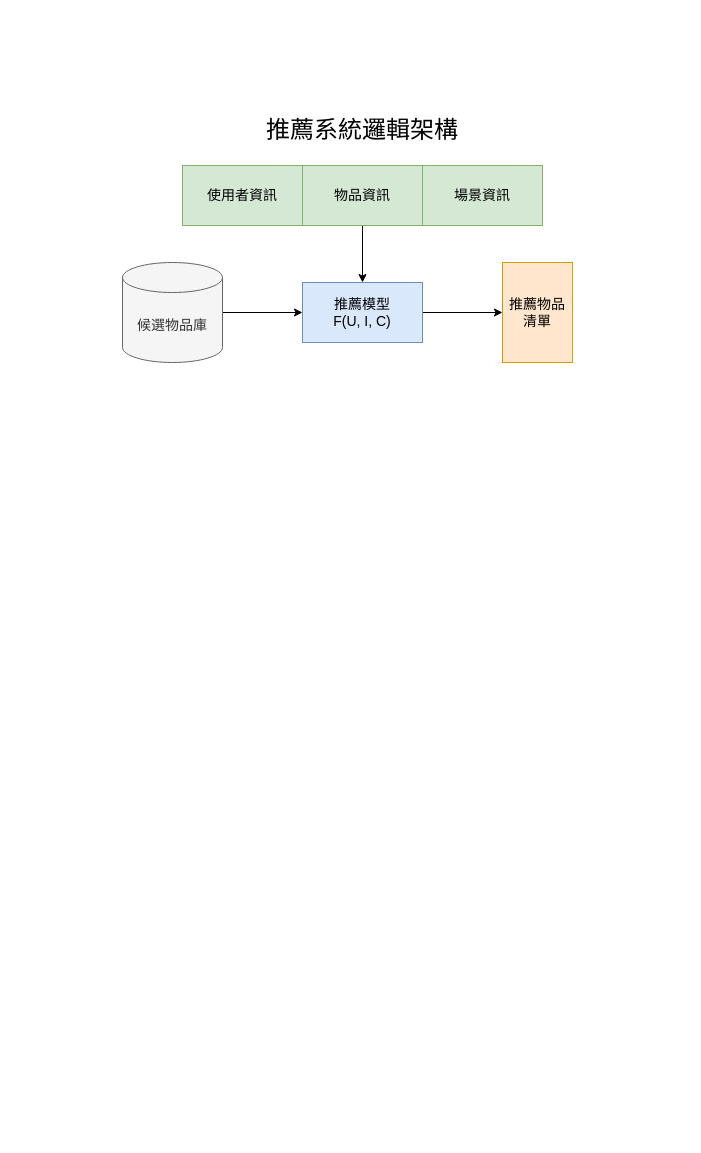
This is 推薦系統邏輯架構.drawio from EricTsai83/drawio, a draw.io file, before an edit. Source tidied: cells renumbered, new cells numbered last; positions are measured from the earlier drawing's top-left corner, leaving out a move shared by most shapes. Both pictures are drawn from the tidied source at 100%, with x=0, y=0 at pixel (122, 115).
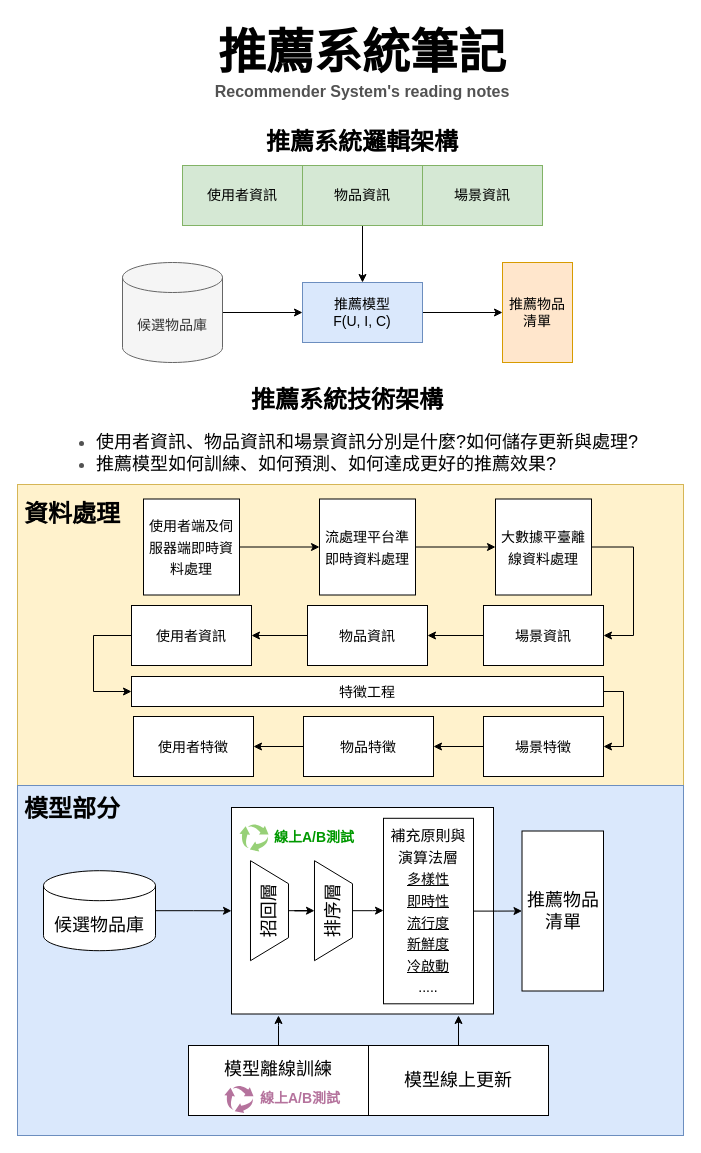
After the change.

Commit message (it also covers changes not shown here):
更新推薦系統邏輯架構.drawio

The edit, as a diff of the source:
```diff
@@
-    <mxCell id="11" value="&lt;font style=&quot;font-size: 24px&quot;&gt;推薦系統邏輯架構&lt;/font&gt;" style="text;html=1;strokeColor=none;fillColor=none;align=center;verticalAlign=middle;whiteSpace=wrap;rounded=0;" parent="1" vertex="1">
-      <mxGeometry x="135" width="210" height="30" as="geometry" />
+    <mxCell id="11" value="&lt;font style=&quot;font-size: 24px&quot;&gt;&lt;b&gt;推薦系統邏輯架構&lt;/b&gt;&lt;/font&gt;" style="text;html=1;strokeColor=none;fillColor=none;align=center;verticalAlign=middle;whiteSpace=wrap;rounded=0;" parent="1" vertex="1">
+      <mxGeometry x="135" y="12" width="210" height="30" as="geometry" />
     </mxCell>
+    <mxCell id="12" value="&lt;font&gt;&lt;b&gt;&lt;span style=&quot;font-size: 48px&quot;&gt;推薦系統筆記&lt;/span&gt;&lt;br&gt;&lt;font color=&quot;#525252&quot;&gt;&lt;font size=&quot;3&quot;&gt;Recommender System's&amp;nbsp;&lt;/font&gt;&lt;span style=&quot;font-size: medium&quot;&gt;reading notes&lt;/span&gt;&lt;/font&gt;&lt;/b&gt;&lt;font size=&quot;3&quot;&gt;&lt;br&gt;&lt;/font&gt;&lt;/font&gt;" style="text;html=1;strokeColor=none;fillColor=none;align=center;verticalAlign=middle;whiteSpace=wrap;rounded=0;fontSize=14;" parent="1" vertex="1">
+      <mxGeometry x="19" y="-98" width="442" height="90" as="geometry" />
+    </mxCell>
+    <mxCell id="13" value="&lt;p style=&quot;line-height: 1.3&quot;&gt;&lt;/p&gt;&lt;div&gt;&lt;span style=&quot;color: rgb(0 , 0 , 0)&quot;&gt;&lt;font style=&quot;font-size: 24px&quot;&gt;&lt;b&gt;推薦系統技術架構&lt;/b&gt;&lt;/font&gt;&lt;/span&gt;&lt;/div&gt;&lt;div style=&quot;text-align: left&quot;&gt;&lt;ul&gt;&lt;li&gt;&lt;span style=&quot;color: rgb(0 , 0 , 0)&quot;&gt;使用者資訊、物品資訊和場景資訊分別是什麼?如何儲存更&lt;/span&gt;&lt;font color=&quot;#000000&quot;&gt;新與處理?&lt;/font&gt;&lt;/li&gt;&lt;li&gt;&lt;span&gt;&lt;font color=&quot;#000000&quot;&gt;推薦模型如何訓練、如何預測、如何達成更好的推薦效果?&lt;/font&gt;&lt;/span&gt;&lt;/li&gt;&lt;/ul&gt;&lt;/div&gt;&lt;p&gt;&lt;/p&gt;" style="text;html=1;strokeColor=none;fillColor=none;align=center;verticalAlign=middle;whiteSpace=wrap;rounded=0;fontSize=18;fontColor=#525252;" parent="1" vertex="1">
+      <mxGeometry x="-90" y="260" width="630" height="110" as="geometry" />
+    </mxCell>
+    <mxCell id="14" style="rounded=0;whiteSpace=wrap;html=1;labelBackgroundColor=#FFFF66;fontSize=18;fillColor=#fff2cc;strokeColor=#d6b656;" parent="1" vertex="1">
+      <mxGeometry x="-105" y="369" width="666" height="301" as="geometry" />
+    </mxCell>
+    <mxCell id="15" value="&lt;font style=&quot;font-size: 24px&quot;&gt;&lt;b&gt;資料處理&lt;/b&gt;&lt;/font&gt;" style="text;html=1;strokeColor=none;fillColor=none;align=center;verticalAlign=middle;whiteSpace=wrap;rounded=0;labelBackgroundColor=none;fontSize=18;fontColor=#000000;" parent="1" vertex="1">
+      <mxGeometry x="-105" y="383.5" width="110" height="30" as="geometry" />
+    </mxCell>
+    <mxCell id="16" style="edgeStyle=orthogonalEdgeStyle;rounded=0;jettySize=auto;html=1;fontSize=14;fontColor=#000000;" parent="1" edge="1" source="17" target="19">
+      <mxGeometry relative="1" as="geometry" />
+    </mxCell>
+    <mxCell id="17" value="&lt;font style=&quot;font-size: 14px&quot;&gt;使用者端及伺服器端即時資料處理&lt;/font&gt;" style="whiteSpace=wrap;html=1;labelBackgroundColor=none;fontSize=18;align=center;" parent="1" vertex="1">
+      <mxGeometry x="21" y="383.5" width="96" height="96" as="geometry" />
+    </mxCell>
+    <mxCell id="18" style="edgeStyle=orthogonalEdgeStyle;rounded=0;jettySize=auto;html=1;fontSize=14;fontColor=#000000;" parent="1" edge="1" source="19" target="21">
+      <mxGeometry relative="1" as="geometry" />
+    </mxCell>
+    <mxCell id="19" value="&lt;font style=&quot;font-size: 14px&quot;&gt;流處理平台準即時資料處理&lt;/font&gt;" style="whiteSpace=wrap;html=1;labelBackgroundColor=none;fontSize=18;align=center;" parent="1" vertex="1">
+      <mxGeometry x="197" y="383.5" width="96" height="96" as="geometry" />
+    </mxCell>
+    <mxCell id="20" style="edgeStyle=orthogonalEdgeStyle;rounded=0;jettySize=auto;html=1;fontSize=14;fontColor=#000000;exitX=1;exitY=0.5;exitDx=0;exitDy=0;entryX=1;entryY=0.5;entryDx=0;entryDy=0;" parent="1" edge="1" source="21" target="23">
+      <mxGeometry relative="1" as="geometry">
+        <Array as="points">
+          <mxPoint x="511" y="432" />
+          <mxPoint x="511" y="520" />
+        </Array>
+      </mxGeometry>
+    </mxCell>
+    <mxCell id="21" value="&lt;span style=&quot;font-size: 14px&quot;&gt;大數據平臺離線資料處理&lt;/span&gt;" style="whiteSpace=wrap;html=1;labelBackgroundColor=none;fontSize=18;align=center;" parent="1" vertex="1">
+      <mxGeometry x="373" y="383.5" width="96" height="96" as="geometry" />
+    </mxCell>
+    <mxCell id="22" style="edgeStyle=orthogonalEdgeStyle;rounded=0;jettySize=auto;html=1;fontSize=14;fontColor=#000000;" parent="1" edge="1" source="23" target="25">
+      <mxGeometry relative="1" as="geometry" />
+    </mxCell>
+    <mxCell id="23" value="&lt;font style=&quot;font-size: 14px&quot;&gt;場景資訊&lt;/font&gt;" style="whiteSpace=wrap;html=1;fontSize=18;" parent="1" vertex="1">
+      <mxGeometry x="361" y="490" width="120" height="60" as="geometry" />
+    </mxCell>
+    <mxCell id="24" style="edgeStyle=orthogonalEdgeStyle;rounded=0;jettySize=auto;html=1;fontSize=14;fontColor=#000000;" parent="1" edge="1" source="25" target="27">
+      <mxGeometry relative="1" as="geometry" />
+    </mxCell>
+    <mxCell id="25" value="&lt;font style=&quot;font-size: 14px&quot;&gt;物品資訊&lt;/font&gt;" style="whiteSpace=wrap;html=1;fontSize=18;" parent="1" vertex="1">
+      <mxGeometry x="185" y="490" width="120" height="60" as="geometry" />
+    </mxCell>
+    <mxCell id="26" style="edgeStyle=orthogonalEdgeStyle;rounded=0;jettySize=auto;html=1;fontSize=14;fontColor=#000000;entryX=0;entryY=0.5;entryDx=0;entryDy=0;" parent="1" edge="1" source="27" target="29">
+      <mxGeometry relative="1" as="geometry">
+        <Array as="points">
+          <mxPoint x="-29" y="520" />
+          <mxPoint x="-29" y="576" />
+        </Array>
+      </mxGeometry>
+    </mxCell>
+    <mxCell id="27" value="&lt;font style=&quot;font-size: 14px&quot;&gt;使用者資訊&lt;/font&gt;" style="whiteSpace=wrap;html=1;fontSize=18;" parent="1" vertex="1">
+      <mxGeometry x="9" y="490" width="120" height="60" as="geometry" />
+    </mxCell>
+    <mxCell id="28" style="edgeStyle=orthogonalEdgeStyle;rounded=0;jettySize=auto;html=1;fontSize=14;fontColor=#000000;entryX=1;entryY=0.5;entryDx=0;entryDy=0;exitX=1;exitY=0.5;exitDx=0;exitDy=0;" parent="1" edge="1" source="29" target="31">
+      <mxGeometry relative="1" as="geometry" />
+    </mxCell>
+    <mxCell id="29" value="&lt;font style=&quot;font-size: 14px&quot;&gt;特徵工程&lt;/font&gt;" style="whiteSpace=wrap;html=1;fontSize=18;" parent="1" vertex="1">
+      <mxGeometry x="9" y="561" width="472" height="30" as="geometry" />
+    </mxCell>
+    <mxCell id="30" style="edgeStyle=orthogonalEdgeStyle;rounded=0;jettySize=auto;html=1;fontSize=14;fontColor=#000000;" parent="1" edge="1" source="31" target="33">
+      <mxGeometry relative="1" as="geometry" />
+    </mxCell>
+    <mxCell id="31" value="&lt;font style=&quot;font-size: 14px&quot;&gt;場景特徵&lt;/font&gt;" style="whiteSpace=wrap;html=1;fontSize=18;" parent="1" vertex="1">
+      <mxGeometry x="361" y="601" width="120" height="60" as="geometry" />
+    </mxCell>
+    <mxCell id="32" style="edgeStyle=orthogonalEdgeStyle;rounded=0;jettySize=auto;html=1;fontSize=14;fontColor=#000000;" parent="1" edge="1" source="33" target="34">
+      <mxGeometry relative="1" as="geometry" />
+    </mxCell>
+    <mxCell id="33" value="&lt;font style=&quot;font-size: 14px&quot;&gt;物品特徵&lt;/font&gt;" style="whiteSpace=wrap;html=1;fontSize=18;" parent="1" vertex="1">
+      <mxGeometry x="181" y="601" width="130" height="60" as="geometry" />
+    </mxCell>
+    <mxCell id="34" value="&lt;font style=&quot;font-size: 14px&quot;&gt;使用者特徵&lt;/font&gt;" style="whiteSpace=wrap;html=1;fontSize=18;" parent="1" vertex="1">
+      <mxGeometry x="11" y="601" width="120" height="60" as="geometry" />
+    </mxCell>
+    <mxCell id="35" style="rounded=0;whiteSpace=wrap;html=1;labelBackgroundColor=none;fontSize=24;fillColor=#dae8fc;strokeColor=#6c8ebf;" parent="1" vertex="1">
+      <mxGeometry x="-105" y="670" width="666" height="350" as="geometry" />
+    </mxCell>
+    <mxCell id="36" value="&lt;span style=&quot;font-size: 24px&quot;&gt;&lt;b&gt;模型部分&lt;/b&gt;&lt;/span&gt;" style="text;html=1;strokeColor=none;fillColor=none;align=center;verticalAlign=middle;whiteSpace=wrap;rounded=0;labelBackgroundColor=none;fontSize=18;fontColor=#000000;" parent="1" vertex="1">
+      <mxGeometry x="-105" y="679" width="110" height="30" as="geometry" />
+    </mxCell>
+    <mxCell id="37" style="edgeStyle=orthogonalEdgeStyle;rounded=0;jettySize=auto;html=1;fontSize=18;fontColor=#000000;" parent="1" edge="1" source="38" target="39">
+      <mxGeometry relative="1" as="geometry" />
+    </mxCell>
+    <mxCell id="38" value="&lt;font style=&quot;font-size: 18px&quot;&gt;候選物品庫&lt;/font&gt;" style="shape=cylinder3;whiteSpace=wrap;html=1;boundedLbl=1;backgroundOutline=1;size=15;labelBackgroundColor=none;fontSize=24;" parent="1" vertex="1">
+      <mxGeometry x="-79" y="755.2" width="112" height="80" as="geometry" />
+    </mxCell>
+    <mxCell id="39" style="whiteSpace=wrap;html=1;fontSize=24;" parent="1" vertex="1">
+      <mxGeometry x="109" y="692" width="262" height="206.5" as="geometry" />
+    </mxCell>
+    <mxCell id="40" style="edgeStyle=orthogonalEdgeStyle;rounded=0;jettySize=auto;html=1;fontSize=18;fontColor=#000000;" parent="1" edge="1" source="41" target="43">
+      <mxGeometry relative="1" as="geometry" />
+    </mxCell>
+    <mxCell id="41" value="招回層" style="verticalLabelPosition=middle;verticalAlign=middle;html=1;shape=trapezoid;perimeter=trapezoidPerimeter;whiteSpace=wrap;size=0.23;arcSize=10;flipV=1;labelPosition=center;align=center;labelBackgroundColor=none;fontSize=18;fontColor=#000000;fillColor=none;rotation=-90;" parent="1" vertex="1">
+      <mxGeometry x="97" y="776.2" width="100" height="38" as="geometry" />
+    </mxCell>
+    <mxCell id="42" style="edgeStyle=orthogonalEdgeStyle;rounded=0;jettySize=auto;html=1;fontSize=18;fontColor=#B5739D;" parent="1" edge="1" source="43">
+      <mxGeometry relative="1" as="geometry">
+        <mxPoint x="261" y="795" as="targetPoint" />
+      </mxGeometry>
+    </mxCell>
+    <mxCell id="43" value="排序層" style="verticalLabelPosition=middle;verticalAlign=middle;html=1;shape=trapezoid;perimeter=trapezoidPerimeter;whiteSpace=wrap;size=0.23;arcSize=10;flipV=1;labelPosition=center;align=center;labelBackgroundColor=none;fontSize=18;fontColor=#000000;fillColor=none;rotation=-90;" parent="1" vertex="1">
+      <mxGeometry x="161" y="776.2" width="100" height="38" as="geometry" />
+    </mxCell>
+    <mxCell id="44" style="edgeStyle=orthogonalEdgeStyle;rounded=0;jettySize=auto;html=1;fontSize=14;fontColor=#000000;" parent="1" edge="1" source="45" target="46">
+      <mxGeometry relative="1" as="geometry" />
+    </mxCell>
+    <mxCell id="45" value="&lt;font&gt;&lt;font style=&quot;font-size: 15px&quot;&gt;補充原則與演算法層&lt;/font&gt;&lt;br&gt;&lt;u style=&quot;font-size: 14px&quot;&gt;多樣性&lt;br&gt;即時性&lt;br&gt;流行度&lt;br&gt;新鮮度&lt;br&gt;冷啟動&lt;br&gt;&lt;/u&gt;&lt;span style=&quot;font-size: 14px&quot;&gt;.....&lt;/span&gt;&lt;br&gt;&lt;/font&gt;" style="rounded=0;whiteSpace=wrap;html=1;labelBackgroundColor=none;fontSize=18;fontColor=#000000;fillColor=none;" parent="1" vertex="1">
+      <mxGeometry x="261" y="702.8" width="90" height="185.5" as="geometry" />
+    </mxCell>
+    <mxCell id="46" value="推薦物品&lt;br&gt;清單" style="whiteSpace=wrap;html=1;rounded=0;fontSize=18;" parent="1" vertex="1">
+      <mxGeometry x="399.5" y="715.5" width="81.5" height="160" as="geometry" />
+    </mxCell>
+    <mxCell id="47" style="edgeStyle=orthogonalEdgeStyle;rounded=0;jettySize=auto;html=1;fontSize=14;fontColor=#000000;" parent="1" edge="1" source="48">
+      <mxGeometry relative="1" as="geometry">
+        <mxPoint x="156" y="900" as="targetPoint" />
+      </mxGeometry>
+    </mxCell>
+    <mxCell id="48" value="&lt;font style=&quot;font-size: 18px&quot;&gt;模型離線訓練&lt;br&gt;&amp;nbsp;&amp;nbsp;&lt;/font&gt;" style="rounded=0;whiteSpace=wrap;html=1;labelBackgroundColor=none;fontSize=14;" parent="1" vertex="1">
+      <mxGeometry x="66" y="930" width="180" height="70" as="geometry" />
+    </mxCell>
+    <mxCell id="49" style="edgeStyle=orthogonalEdgeStyle;rounded=0;jettySize=auto;html=1;fontSize=14;fontColor=#000000;" parent="1" edge="1" source="50">
+      <mxGeometry relative="1" as="geometry">
+        <mxPoint x="336" y="900" as="targetPoint" />
+        <Array as="points">
+          <mxPoint x="336" y="900" />
+          <mxPoint x="336" y="900" />
+        </Array>
+      </mxGeometry>
+    </mxCell>
+    <mxCell id="50" value="&lt;font style=&quot;font-size: 18px&quot;&gt;模型線上更新&lt;/font&gt;" style="rounded=0;whiteSpace=wrap;html=1;labelBackgroundColor=none;fontSize=14;" parent="1" vertex="1">
+      <mxGeometry x="246" y="930" width="180" height="70" as="geometry" />
+    </mxCell>
+    <mxCell id="51" style="sketch=0;html=1;strokeColor=none;shadow=0;align=center;verticalAlign=top;fillColor=#97D077;shape=mxgraph.gcp2.arrow_cycle;labelBackgroundColor=none;fontSize=14;fontColor=#000000;" parent="1" vertex="1">
+      <mxGeometry x="117" y="708.4" width="29.1" height="27.6" as="geometry" />
+    </mxCell>
+    <mxCell id="52" value="&lt;b&gt;&lt;font color=&quot;#009900&quot;&gt;線上A/B測試&lt;/font&gt;&lt;/b&gt;" style="text;html=1;strokeColor=none;fillColor=none;align=center;verticalAlign=middle;whiteSpace=wrap;rounded=0;labelBackgroundColor=none;fontSize=14;fontColor=#000000;" parent="1" vertex="1">
+      <mxGeometry x="149" y="707" width="86" height="30" as="geometry" />
+    </mxCell>
+    <mxCell id="53" style="sketch=0;html=1;strokeColor=none;shadow=0;align=center;verticalAlign=top;fillColor=#B5739D;shape=mxgraph.gcp2.arrow_cycle;labelBackgroundColor=none;fontSize=14;" parent="1" vertex="1">
+      <mxGeometry x="101.9" y="970" width="29.1" height="27.6" as="geometry" />
+    </mxCell>
+    <mxCell id="54" value="&lt;b&gt;&lt;font color=&quot;#b5739d&quot;&gt;線上A/B測試&lt;/font&gt;&lt;/b&gt;" style="text;html=1;strokeColor=none;fillColor=none;align=center;verticalAlign=middle;whiteSpace=wrap;rounded=0;labelBackgroundColor=none;fontSize=14;fontColor=#000000;" parent="1" vertex="1">
+      <mxGeometry x="135" y="967.6" width="86" height="30" as="geometry" />
+    </mxCell>
```
